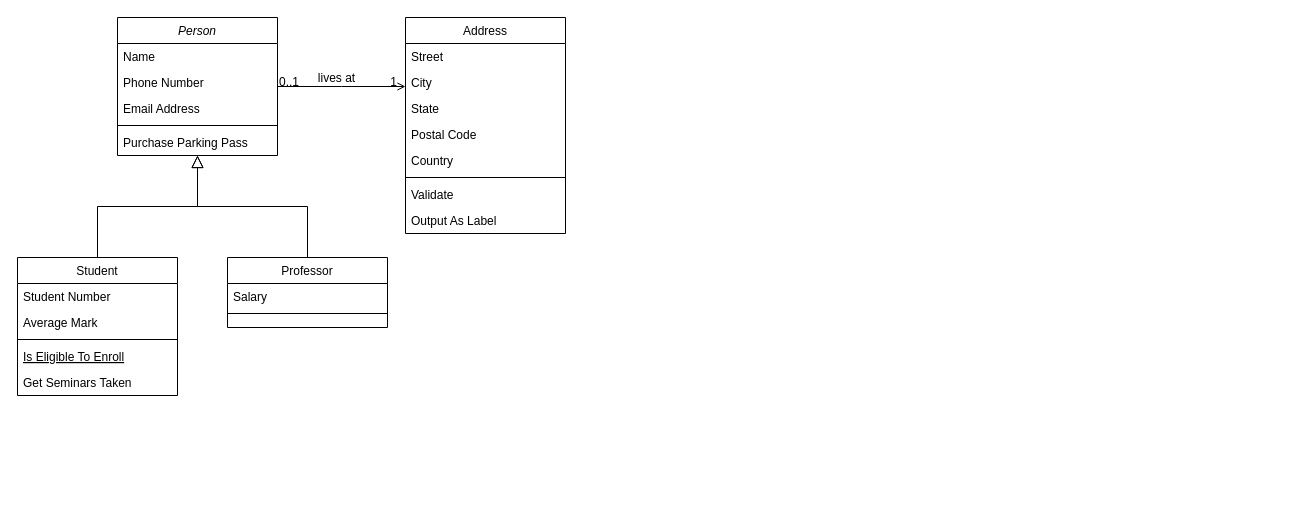
Before: gw8.drawio in lvmq/emop, a draw.io diagram. Source tidied: cells renumbered, new cells numbered last; positions are measured from the earlier drawing's top-left corner, leaving out a move shared by most shapes. Both pictures are drawn from the tidied source at 100%, with x=0, y=0 at pixel (17, 17).
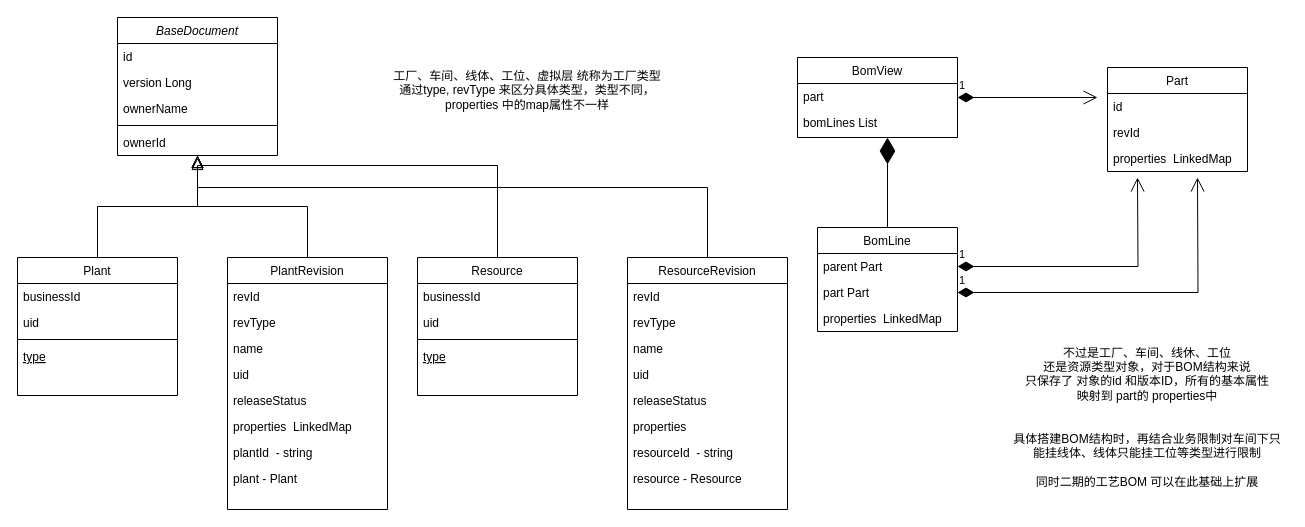
The same page after the edit.

The edit, as a diff of the source:
```diff
@@
-    <mxCell id="2" value="Person" style="swimlane;fontStyle=2;align=center;verticalAlign=top;horizontal=1;startSize=26;rounded=0;shadow=0;strokeWidth=1;" parent="1" vertex="1">
+    <mxCell id="2" value="BaseDocument" style="swimlane;fontStyle=2;align=center;verticalAlign=top;horizontal=1;startSize=26;rounded=0;shadow=0;strokeWidth=1;" parent="1" vertex="1">
       <mxGeometry x="100" width="160" height="138" as="geometry" />
     </mxCell>
-    <mxCell id="3" value="Name" style="text;align=left;verticalAlign=top;spacingLeft=4;spacingRight=4;overflow=hidden;" parent="2" vertex="1">
+    <mxCell id="3" value="id" style="text;align=left;verticalAlign=top;spacingLeft=4;spacingRight=4;overflow=hidden;" parent="2" vertex="1">
       <mxGeometry y="26" width="160" height="26" as="geometry" />
     </mxCell>
-    <mxCell id="4" value="Phone Number" style="text;align=left;verticalAlign=top;spacingLeft=4;spacingRight=4;overflow=hidden;rounded=0;shadow=0;html=0;" parent="2" vertex="1">
+    <mxCell id="4" value="version Long" style="text;align=left;verticalAlign=top;spacingLeft=4;spacingRight=4;overflow=hidden;rounded=0;shadow=0;html=0;" parent="2" vertex="1">
       <mxGeometry y="52" width="160" height="26" as="geometry" />
     </mxCell>
-    <mxCell id="5" value="Email Address" style="text;align=left;verticalAlign=top;spacingLeft=4;spacingRight=4;overflow=hidden;rounded=0;shadow=0;html=0;" parent="2" vertex="1">
+    <mxCell id="5" value="ownerName" style="text;align=left;verticalAlign=top;spacingLeft=4;spacingRight=4;overflow=hidden;rounded=0;shadow=0;html=0;" parent="2" vertex="1">
       <mxGeometry y="78" width="160" height="26" as="geometry" />
     </mxCell>
@@
-    <mxCell id="7" value="Purchase Parking Pass" style="text;align=left;verticalAlign=top;spacingLeft=4;spacingRight=4;overflow=hidden;" parent="2" vertex="1">
+    <mxCell id="7" value="ownerId" style="text;align=left;verticalAlign=top;spacingLeft=4;spacingRight=4;overflow=hidden;" parent="2" vertex="1">
       <mxGeometry y="112" width="160" height="26" as="geometry" />
     </mxCell>
-    <mxCell id="8" value="Student" style="swimlane;fontStyle=0;align=center;verticalAlign=top;horizontal=1;startSize=26;rounded=0;shadow=0;strokeWidth=1;" parent="1" vertex="1">
+    <mxCell id="8" value="Plant" style="swimlane;fontStyle=0;align=center;verticalAlign=top;horizontal=1;startSize=26;rounded=0;shadow=0;strokeWidth=1;" parent="1" vertex="1">
       <mxGeometry y="240" width="160" height="138" as="geometry" />
     </mxCell>
-    <mxCell id="9" value="Student Number" style="text;align=left;verticalAlign=top;spacingLeft=4;spacingRight=4;overflow=hidden;" parent="8" vertex="1">
+    <mxCell id="9" value="businessId" style="text;align=left;verticalAlign=top;spacingLeft=4;spacingRight=4;overflow=hidden;" parent="8" vertex="1">
       <mxGeometry y="26" width="160" height="26" as="geometry" />
     </mxCell>
-    <mxCell id="10" value="Average Mark" style="text;align=left;verticalAlign=top;spacingLeft=4;spacingRight=4;overflow=hidden;rounded=0;shadow=0;html=0;" parent="8" vertex="1">
+    <mxCell id="10" value="uid" style="text;align=left;verticalAlign=top;spacingLeft=4;spacingRight=4;overflow=hidden;rounded=0;shadow=0;html=0;" parent="8" vertex="1">
       <mxGeometry y="52" width="160" height="26" as="geometry" />
     </mxCell>
@@
-    <mxCell id="12" value="Is Eligible To Enroll" style="text;align=left;verticalAlign=top;spacingLeft=4;spacingRight=4;overflow=hidden;fontStyle=4;" parent="8" vertex="1">
+    <mxCell id="12" value="type" style="text;align=left;verticalAlign=top;spacingLeft=4;spacingRight=4;overflow=hidden;fontStyle=4;" parent="8" vertex="1">
       <mxGeometry y="86" width="160" height="26" as="geometry" />
     </mxCell>
-    <mxCell id="13" value="Get Seminars Taken" style="text;align=left;verticalAlign=top;spacingLeft=4;spacingRight=4;overflow=hidden;" parent="8" vertex="1">
-      <mxGeometry y="112" width="160" height="26" as="geometry" />
-    </mxCell>
@@
-    <mxCell id="15" value="Professor" style="swimlane;fontStyle=0;align=center;verticalAlign=top;horizontal=1;startSize=26;rounded=0;shadow=0;strokeWidth=1;" parent="1" vertex="1">
-      <mxGeometry x="210" y="240" width="160" height="70" as="geometry" />
+    <mxCell id="15" value="PlantRevision" style="swimlane;fontStyle=0;align=center;verticalAlign=top;horizontal=1;startSize=26;rounded=0;shadow=0;strokeWidth=1;" parent="1" vertex="1">
+      <mxGeometry x="210" y="240" width="160" height="252" as="geometry" />
     </mxCell>
-    <mxCell id="16" value="Salary" style="text;align=left;verticalAlign=top;spacingLeft=4;spacingRight=4;overflow=hidden;" parent="15" vertex="1">
+    <mxCell id="16" value="revId" style="text;align=left;verticalAlign=top;spacingLeft=4;spacingRight=4;overflow=hidden;" parent="15" vertex="1">
       <mxGeometry y="26" width="160" height="26" as="geometry" />
     </mxCell>
-    <mxCell id="17" style="line;html=1;strokeWidth=1;align=left;verticalAlign=middle;spacingTop=-1;spacingLeft=3;spacingRight=3;labelPosition=right;" parent="15" vertex="1">
-      <mxGeometry y="52" width="160" height="8" as="geometry" />
-    </mxCell>
+    <mxCell id="32" value="revType" style="text;align=left;verticalAlign=top;spacingLeft=4;spacingRight=4;overflow=hidden;" parent="15" vertex="1">
+      <mxGeometry y="52" width="160" height="26" as="geometry" />
+    </mxCell>
+    <mxCell id="33" value="name" style="text;align=left;verticalAlign=top;spacingLeft=4;spacingRight=4;overflow=hidden;" parent="15" vertex="1">
+      <mxGeometry y="78" width="160" height="26" as="geometry" />
+    </mxCell>
+    <mxCell id="34" value="uid" style="text;align=left;verticalAlign=top;spacingLeft=4;spacingRight=4;overflow=hidden;" parent="15" vertex="1">
+      <mxGeometry y="104" width="160" height="26" as="geometry" />
+    </mxCell>
+    <mxCell id="35" value="releaseStatus" style="text;align=left;verticalAlign=top;spacingLeft=4;spacingRight=4;overflow=hidden;" parent="15" vertex="1">
+      <mxGeometry y="130" width="160" height="26" as="geometry" />
+    </mxCell>
+    <mxCell id="36" value="properties  LinkedMap" style="text;align=left;verticalAlign=top;spacingLeft=4;spacingRight=4;overflow=hidden;" parent="15" vertex="1">
+      <mxGeometry y="156" width="160" height="26" as="geometry" />
+    </mxCell>
+    <mxCell id="37" value="plantId  - string" style="text;align=left;verticalAlign=top;spacingLeft=4;spacingRight=4;overflow=hidden;" parent="15" vertex="1">
+      <mxGeometry y="182" width="160" height="26" as="geometry" />
+    </mxCell>
+    <mxCell id="38" value="plant - Plant" style="text;align=left;verticalAlign=top;spacingLeft=4;spacingRight=4;overflow=hidden;" parent="15" vertex="1">
+      <mxGeometry y="208" width="160" height="26" as="geometry" />
+    </mxCell>
@@
-    <mxCell id="19" value="Address" style="swimlane;fontStyle=0;align=center;verticalAlign=top;horizontal=1;startSize=26;rounded=0;shadow=0;strokeWidth=1;" parent="1" vertex="1">
-      <mxGeometry x="388" width="160" height="216" as="geometry" />
-    </mxCell>
-    <mxCell id="20" value="Street" style="text;align=left;verticalAlign=top;spacingLeft=4;spacingRight=4;overflow=hidden;" parent="19" vertex="1">
-      <mxGeometry y="26" width="160" height="26" as="geometry" />
-    </mxCell>
-    <mxCell id="21" value="City" style="text;align=left;verticalAlign=top;spacingLeft=4;spacingRight=4;overflow=hidden;rounded=0;shadow=0;html=0;" parent="19" vertex="1">
-      <mxGeometry y="52" width="160" height="26" as="geometry" />
-    </mxCell>
-    <mxCell id="22" value="State" style="text;align=left;verticalAlign=top;spacingLeft=4;spacingRight=4;overflow=hidden;rounded=0;shadow=0;html=0;" parent="19" vertex="1">
-      <mxGeometry y="78" width="160" height="26" as="geometry" />
-    </mxCell>
-    <mxCell id="23" value="Postal Code" style="text;align=left;verticalAlign=top;spacingLeft=4;spacingRight=4;overflow=hidden;rounded=0;shadow=0;html=0;" parent="19" vertex="1">
-      <mxGeometry y="104" width="160" height="26" as="geometry" />
-    </mxCell>
-    <mxCell id="24" value="Country" style="text;align=left;verticalAlign=top;spacingLeft=4;spacingRight=4;overflow=hidden;rounded=0;shadow=0;html=0;" parent="19" vertex="1">
-      <mxGeometry y="130" width="160" height="26" as="geometry" />
-    </mxCell>
-    <mxCell id="25" style="line;html=1;strokeWidth=1;align=left;verticalAlign=middle;spacingTop=-1;spacingLeft=3;spacingRight=3;labelPosition=right;" parent="19" vertex="1">
-      <mxGeometry y="156" width="160" height="8" as="geometry" />
-    </mxCell>
-    <mxCell id="26" value="Validate" style="text;align=left;verticalAlign=top;spacingLeft=4;spacingRight=4;overflow=hidden;" parent="19" vertex="1">
-      <mxGeometry y="164" width="160" height="26" as="geometry" />
-    </mxCell>
-    <mxCell id="27" value="Output As Label" style="text;align=left;verticalAlign=top;spacingLeft=4;spacingRight=4;overflow=hidden;" parent="19" vertex="1">
-      <mxGeometry y="190" width="160" height="26" as="geometry" />
-    </mxCell>
-    <mxCell id="28" style="endArrow=open;shadow=0;strokeWidth=1;rounded=0;endFill=1;edgeStyle=elbowEdgeStyle;elbow=vertical;" parent="1" edge="1" source="2" target="19">
-      <mxGeometry x="0.5" y="41" relative="1" as="geometry">
-        <mxPoint x="-40" y="32" as="offset" />
-      </mxGeometry>
-    </mxCell>
-    <mxCell id="29" value="0..1" style="align=left;verticalAlign=bottom;labelBackgroundColor=none;fontSize=12;" parent="28" vertex="1">
-      <mxGeometry x="-1" relative="1" as="geometry">
-        <mxPoint y="4" as="offset" />
-      </mxGeometry>
-    </mxCell>
-    <mxCell id="30" value="1" style="align=right;verticalAlign=bottom;labelBackgroundColor=none;fontSize=12;" parent="28" vertex="1">
-      <mxGeometry x="1" relative="1" as="geometry">
-        <mxPoint x="-7" y="4" as="offset" />
-      </mxGeometry>
-    </mxCell>
-    <mxCell id="31" value="lives at" style="text;html=1;align=center;verticalAlign=middle;labelBackgroundColor=none;rounded=0;shadow=0;strokeWidth=1;fontSize=12;" parent="28" vertex="1">
-      <mxGeometry x="0.5" y="49" relative="1" as="geometry">
-        <mxPoint x="-38" y="40" as="offset" />
-      </mxGeometry>
-    </mxCell>
+    <mxCell id="39" value="Resource" style="swimlane;fontStyle=0;align=center;verticalAlign=top;horizontal=1;startSize=26;rounded=0;shadow=0;strokeWidth=1;" parent="1" vertex="1">
+      <mxGeometry x="400" y="240" width="160" height="138" as="geometry" />
+    </mxCell>
+    <mxCell id="40" value="businessId" style="text;align=left;verticalAlign=top;spacingLeft=4;spacingRight=4;overflow=hidden;" parent="39" vertex="1">
+      <mxGeometry y="26" width="160" height="26" as="geometry" />
+    </mxCell>
+    <mxCell id="41" value="uid" style="text;align=left;verticalAlign=top;spacingLeft=4;spacingRight=4;overflow=hidden;rounded=0;shadow=0;html=0;" parent="39" vertex="1">
+      <mxGeometry y="52" width="160" height="26" as="geometry" />
+    </mxCell>
+    <mxCell id="42" style="line;html=1;strokeWidth=1;align=left;verticalAlign=middle;spacingTop=-1;spacingLeft=3;spacingRight=3;labelPosition=right;" parent="39" vertex="1">
+      <mxGeometry y="78" width="160" height="8" as="geometry" />
+    </mxCell>
+    <mxCell id="43" value="type" style="text;align=left;verticalAlign=top;spacingLeft=4;spacingRight=4;overflow=hidden;fontStyle=4;" parent="39" vertex="1">
+      <mxGeometry y="86" width="160" height="26" as="geometry" />
+    </mxCell>
+    <mxCell id="44" value="ResourceRevision" style="swimlane;fontStyle=0;align=center;verticalAlign=top;horizontal=1;startSize=26;rounded=0;shadow=0;strokeWidth=1;" parent="1" vertex="1">
+      <mxGeometry x="610" y="240" width="160" height="252" as="geometry" />
+    </mxCell>
+    <mxCell id="45" value="revId" style="text;align=left;verticalAlign=top;spacingLeft=4;spacingRight=4;overflow=hidden;" parent="44" vertex="1">
+      <mxGeometry y="26" width="160" height="26" as="geometry" />
+    </mxCell>
+    <mxCell id="46" value="revType" style="text;align=left;verticalAlign=top;spacingLeft=4;spacingRight=4;overflow=hidden;" parent="44" vertex="1">
+      <mxGeometry y="52" width="160" height="26" as="geometry" />
+    </mxCell>
+    <mxCell id="47" value="name" style="text;align=left;verticalAlign=top;spacingLeft=4;spacingRight=4;overflow=hidden;" parent="44" vertex="1">
+      <mxGeometry y="78" width="160" height="26" as="geometry" />
+    </mxCell>
+    <mxCell id="48" value="uid" style="text;align=left;verticalAlign=top;spacingLeft=4;spacingRight=4;overflow=hidden;" parent="44" vertex="1">
+      <mxGeometry y="104" width="160" height="26" as="geometry" />
+    </mxCell>
+    <mxCell id="49" value="releaseStatus" style="text;align=left;verticalAlign=top;spacingLeft=4;spacingRight=4;overflow=hidden;" parent="44" vertex="1">
+      <mxGeometry y="130" width="160" height="26" as="geometry" />
+    </mxCell>
+    <mxCell id="50" value="properties" style="text;align=left;verticalAlign=top;spacingLeft=4;spacingRight=4;overflow=hidden;" parent="44" vertex="1">
+      <mxGeometry y="156" width="160" height="26" as="geometry" />
+    </mxCell>
+    <mxCell id="51" value="resourceId  - string" style="text;align=left;verticalAlign=top;spacingLeft=4;spacingRight=4;overflow=hidden;" parent="44" vertex="1">
+      <mxGeometry y="182" width="160" height="26" as="geometry" />
+    </mxCell>
+    <mxCell id="52" value="resource - Resource" style="text;align=left;verticalAlign=top;spacingLeft=4;spacingRight=4;overflow=hidden;" parent="44" vertex="1">
+      <mxGeometry y="208" width="160" height="26" as="geometry" />
+    </mxCell>
+    <mxCell id="53" style="endArrow=block;endSize=10;endFill=0;shadow=0;strokeWidth=1;rounded=0;edgeStyle=elbowEdgeStyle;elbow=vertical;exitX=0.5;exitY=0;exitDx=0;exitDy=0;" parent="1" edge="1" source="44">
+      <mxGeometry relative="1" as="geometry">
+        <mxPoint x="180" y="138" as="targetPoint" />
+        <Array as="points">
+          <mxPoint x="230" y="170" />
+          <mxPoint x="650" y="180" />
+        </Array>
+      </mxGeometry>
+    </mxCell>
+    <mxCell id="54" value="工厂、车间、线体、工位、虚拟层 统称为工厂类型&lt;br&gt;通过type, revType 来区分具体类型，类型不同，properties 中的map属性不一样" style="text;html=1;strokeColor=none;fillColor=none;align=center;verticalAlign=middle;whiteSpace=wrap;rounded=0;" parent="1" vertex="1">
+      <mxGeometry x="370" y="8" width="280" height="130" as="geometry" />
+    </mxCell>
+    <mxCell id="55" value="BomView" style="swimlane;fontStyle=0;align=center;verticalAlign=top;horizontal=1;startSize=26;rounded=0;shadow=0;strokeWidth=1;" parent="1" vertex="1">
+      <mxGeometry x="780" y="40" width="160" height="80" as="geometry" />
+    </mxCell>
+    <mxCell id="56" value="part" style="text;align=left;verticalAlign=top;spacingLeft=4;spacingRight=4;overflow=hidden;" parent="55" vertex="1">
+      <mxGeometry y="26" width="160" height="26" as="geometry" />
+    </mxCell>
+    <mxCell id="57" value="bomLines List" style="text;align=left;verticalAlign=top;spacingLeft=4;spacingRight=4;overflow=hidden;rounded=0;shadow=0;html=0;" parent="55" vertex="1">
+      <mxGeometry y="52" width="160" height="26" as="geometry" />
+    </mxCell>
+    <mxCell id="58" style="endArrow=block;endSize=10;endFill=0;shadow=0;strokeWidth=1;rounded=0;edgeStyle=elbowEdgeStyle;elbow=vertical;exitX=0.5;exitY=0;exitDx=0;exitDy=0;" parent="1" edge="1" source="39">
+      <mxGeometry relative="1" as="geometry">
+        <mxPoint x="180" y="140" as="targetPoint" />
+        <Array as="points">
+          <mxPoint x="180" y="148" />
+          <mxPoint x="240" y="180" />
+          <mxPoint x="660" y="190" />
+        </Array>
+      </mxGeometry>
+    </mxCell>
+    <mxCell id="59" style="endArrow=diamondThin;endFill=1;endSize=24;html=1;rounded=0;exitX=0.583;exitY=0;exitDx=0;exitDy=0;exitPerimeter=0;" parent="1" edge="1">
+      <mxGeometry relative="1" as="geometry">
+        <mxPoint x="870" y="210" as="sourcePoint" />
+        <mxPoint x="870" y="120" as="targetPoint" />
+      </mxGeometry>
+    </mxCell>
+    <mxCell id="60" value="BomLine" style="swimlane;fontStyle=0;horizontal=1;startSize=26;fillColor=none;" parent="1" vertex="1">
+      <mxGeometry x="800" y="210" width="140" height="104" as="geometry" />
+    </mxCell>
+    <mxCell id="61" value="parent Part" style="text;strokeColor=none;fillColor=none;align=left;verticalAlign=top;spacingLeft=4;spacingRight=4;overflow=hidden;points=[[0,0.5],[1,0.5]];portConstraint=eastwest;" parent="60" vertex="1">
+      <mxGeometry y="26" width="140" height="26" as="geometry" />
+    </mxCell>
+    <mxCell id="62" value="part Part" style="text;strokeColor=none;fillColor=none;align=left;verticalAlign=top;spacingLeft=4;spacingRight=4;overflow=hidden;points=[[0,0.5],[1,0.5]];portConstraint=eastwest;" parent="60" vertex="1">
+      <mxGeometry y="52" width="140" height="26" as="geometry" />
+    </mxCell>
+    <mxCell id="63" value="properties  LinkedMap" style="text;strokeColor=none;fillColor=none;align=left;verticalAlign=top;spacingLeft=4;spacingRight=4;overflow=hidden;" parent="60" vertex="1">
+      <mxGeometry y="78" width="140" height="26" as="geometry" />
+    </mxCell>
+    <mxCell id="64" value="Part" style="swimlane;fontStyle=0;horizontal=1;startSize=26;fillColor=none;" parent="1" vertex="1">
+      <mxGeometry x="1090" y="50" width="140" height="104" as="geometry" />
+    </mxCell>
+    <mxCell id="65" value="id" style="text;strokeColor=none;fillColor=none;align=left;verticalAlign=top;spacingLeft=4;spacingRight=4;overflow=hidden;" parent="64" vertex="1">
+      <mxGeometry y="26" width="140" height="26" as="geometry" />
+    </mxCell>
+    <mxCell id="66" value="revId" style="text;strokeColor=none;fillColor=none;align=left;verticalAlign=top;spacingLeft=4;spacingRight=4;overflow=hidden;" parent="64" vertex="1">
+      <mxGeometry y="52" width="140" height="26" as="geometry" />
+    </mxCell>
+    <mxCell id="67" value="properties  LinkedMap" style="text;strokeColor=none;fillColor=none;align=left;verticalAlign=top;spacingLeft=4;spacingRight=4;overflow=hidden;" parent="64" vertex="1">
+      <mxGeometry y="78" width="140" height="26" as="geometry" />
+    </mxCell>
+    <mxCell id="68" value="1" style="endArrow=open;html=1;endSize=12;startArrow=diamondThin;startSize=14;startFill=1;edgeStyle=orthogonalEdgeStyle;align=left;verticalAlign=bottom;rounded=0;" parent="1" edge="1">
+      <mxGeometry x="-1" y="3" relative="1" as="geometry">
+        <mxPoint x="940" y="80" as="sourcePoint" />
+        <mxPoint x="1080" y="80" as="targetPoint" />
+      </mxGeometry>
+    </mxCell>
+    <mxCell id="69" value="1" style="endArrow=open;html=1;endSize=12;startArrow=diamondThin;startSize=14;startFill=1;edgeStyle=orthogonalEdgeStyle;align=left;verticalAlign=bottom;rounded=0;exitX=1;exitY=0.5;exitDx=0;exitDy=0;" parent="1" edge="1" source="61">
+      <mxGeometry x="-1" y="3" relative="1" as="geometry">
+        <mxPoint x="1120" y="160" as="targetPoint" />
+      </mxGeometry>
+    </mxCell>
+    <mxCell id="70" value="1" style="endArrow=open;html=1;endSize=12;startArrow=diamondThin;startSize=14;startFill=1;edgeStyle=orthogonalEdgeStyle;align=left;verticalAlign=bottom;rounded=0;exitX=1;exitY=0.5;exitDx=0;exitDy=0;" parent="1" edge="1" source="62">
+      <mxGeometry x="-1" y="3" relative="1" as="geometry">
+        <mxPoint x="1180" y="160" as="targetPoint" />
+      </mxGeometry>
+    </mxCell>
+    <mxCell id="71" value="不过是工厂、车间、线休、工位&lt;br&gt;还是资源类型对象，对于BOM结构来说&lt;br&gt;只保存了 对象的id 和版本ID，所有的基本属性&lt;br&gt;映射到 part的 properties中&lt;br&gt;&lt;br&gt;&lt;br&gt;具体搭建BOM结构时，再结合业务限制对车间下只能挂线体、线体只能挂工位等类型进行限制&lt;br&gt;&lt;br&gt;同时二期的工艺BOM 可以在此基础上扩展" style="text;html=1;strokeColor=none;fillColor=none;align=center;verticalAlign=middle;whiteSpace=wrap;rounded=0;" parent="1" vertex="1">
+      <mxGeometry x="990" y="340" width="280" height="120" as="geometry" />
+    </mxCell>
```
